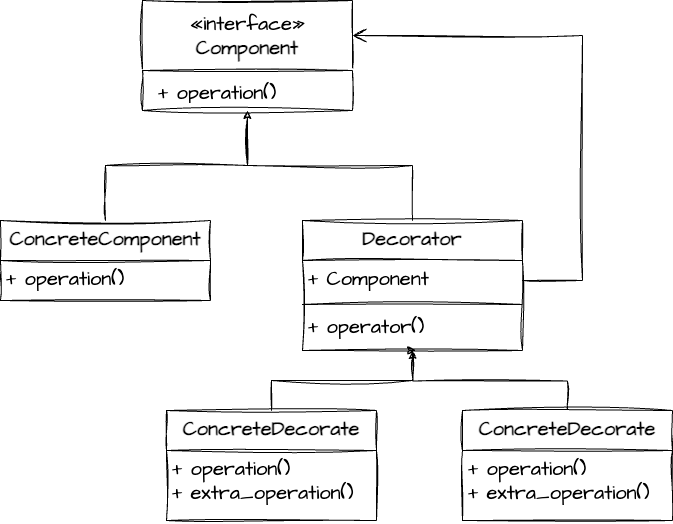
This is src/main/java/me/cho/design_patterns/_2_structural_patterns/_04_decorator/decorator_basic.drawio.png from choomi1217/designPatterns, a draw.io export, as it was before one commit. Source tidied: cells renumbered, new cells last; positions are measured from the earlier drawing's top-left corner, leaving out a move shared by most shapes.
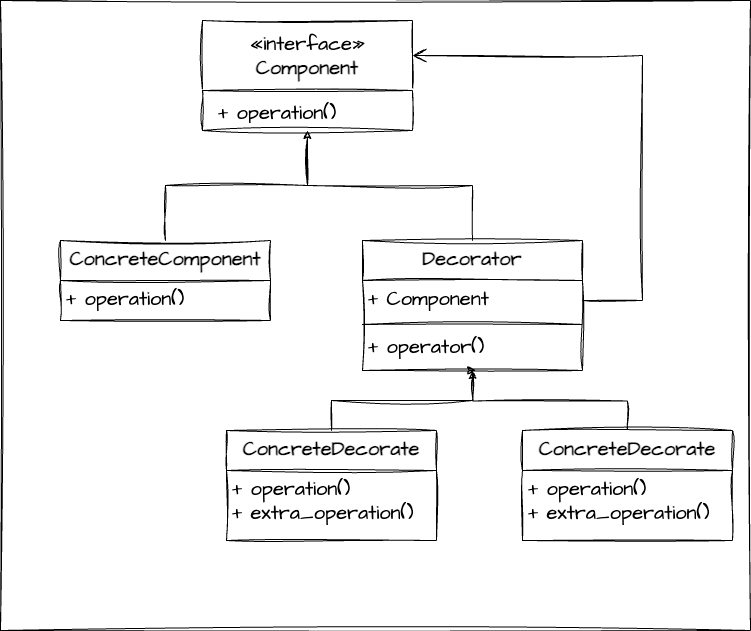
After the commit.

The edit, as a diff of the source:
```diff
@@ -2,6 +2,9 @@
   <root>
     <mxCell id="0" />
     <mxCell id="1" parent="0" />
+    <mxCell id="20" style="rounded=0;whiteSpace=wrap;html=1;sketch=1;hachureGap=4;jiggle=2;curveFitting=1;fontFamily=Architects Daughter;fontSource=https%3A%2F%2Ffonts.googleapis.com%2Fcss%3Ffamily%3DArchitects%2BDaughter;fontSize=20;" parent="1" vertex="1">
+      <mxGeometry x="-60" y="-20" width="750" height="630" as="geometry" />
+    </mxCell>
     <mxCell id="2" value="«interface»&lt;br&gt;&lt;b&gt;Component&lt;/b&gt;" style="html=1;whiteSpace=wrap;sketch=1;hachureGap=4;jiggle=2;curveFitting=1;fontFamily=Architects Daughter;fontSource=https%3A%2F%2Ffonts.googleapis.com%2Fcss%3Ffamily%3DArchitects%2BDaughter;fontSize=20;" parent="1" vertex="1">
       <mxGeometry x="142" width="210" height="70" as="geometry" />
     </mxCell>
```
